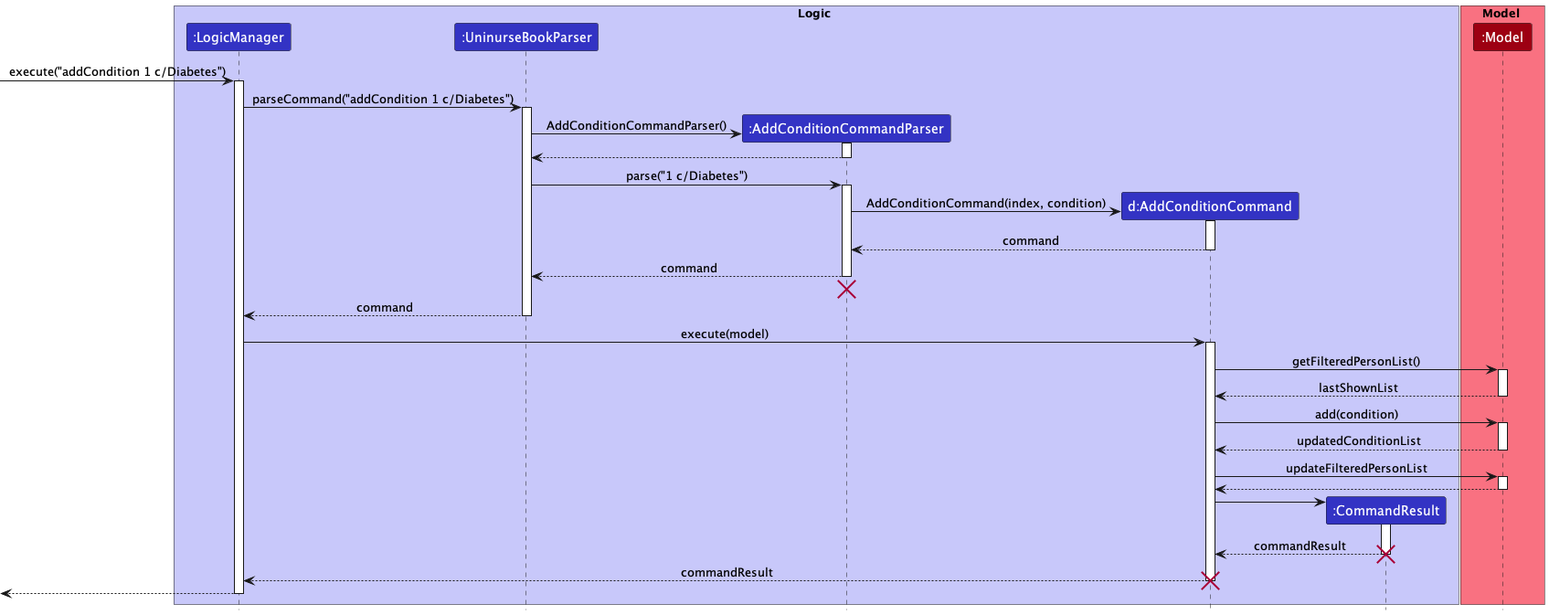
Earlier version of the PlantUML export docs/images/AddConditionSequenceDiagram.png (nus-cs2103-AY2223S1/tp). Its diagram source:
```plantuml
@startuml
!include style.puml

box Logic LOGIC_COLOR_T1
participant ":LogicManager" as LogicManager LOGIC_COLOR
participant ":UninurseBookParser" as UninurseBookParser LOGIC_COLOR
participant ":AddConditionCommandParser" as AddConditionCommandParser LOGIC_COLOR
participant "d:AddConditionCommand" as AddConditionCommand LOGIC_COLOR
participant ":CommandResult" as CommandResult LOGIC_COLOR
end box

box Model MODEL_COLOR_T1
participant ":Model" as Model MODEL_COLOR
end box

[-> LogicManager : execute("addCondition 1 c/Diabetes")
activate LogicManager

LogicManager -> UninurseBookParser : parseCommand("addCondition 1 c/Diabetes")
activate UninurseBookParser

create AddConditionCommandParser
UninurseBookParser -> AddConditionCommandParser : AddConditionCommandParser()
activate AddConditionCommandParser

AddConditionCommandParser --> UninurseBookParser
deactivate AddConditionCommandParser

UninurseBookParser -> AddConditionCommandParser : parse("1 c/Diabetes")
activate AddConditionCommandParser

create AddConditionCommand
AddConditionCommandParser -> AddConditionCommand : AddConditionCommand(index, condition)
activate AddConditionCommand

AddConditionCommand --> AddConditionCommandParser : command
deactivate AddConditionCommand

AddConditionCommandParser --> UninurseBookParser : command
deactivate AddConditionCommandParser
AddConditionCommandParser -[hidden]-> UninurseBookParser
destroy AddConditionCommandParser

UninurseBookParser --> LogicManager : command
deactivate UninurseBookParser

LogicManager -> AddConditionCommand : execute(model)
activate AddConditionCommand

AddConditionCommand -> Model : getFilteredPersonList()
activate Model

Model --> AddConditionCommand : lastShownList
deactivate Model

AddConditionCommand -> Model : add(condition)
activate Model

Model --> AddConditionCommand : updatedConditionList
deactivate Model

AddConditionCommand -> Model : updateFilteredPersonList
activate Model

Model --> AddConditionCommand
deactivate Model

create CommandResult
AddConditionCommand -> CommandResult
activate CommandResult

CommandResult --> AddConditionCommand : commandResult
destroy CommandResult

AddConditionCommand --> LogicManager : commandResult
destroy AddConditionCommand

[<--LogicManager
deactivate LogicManager
@enduml
```
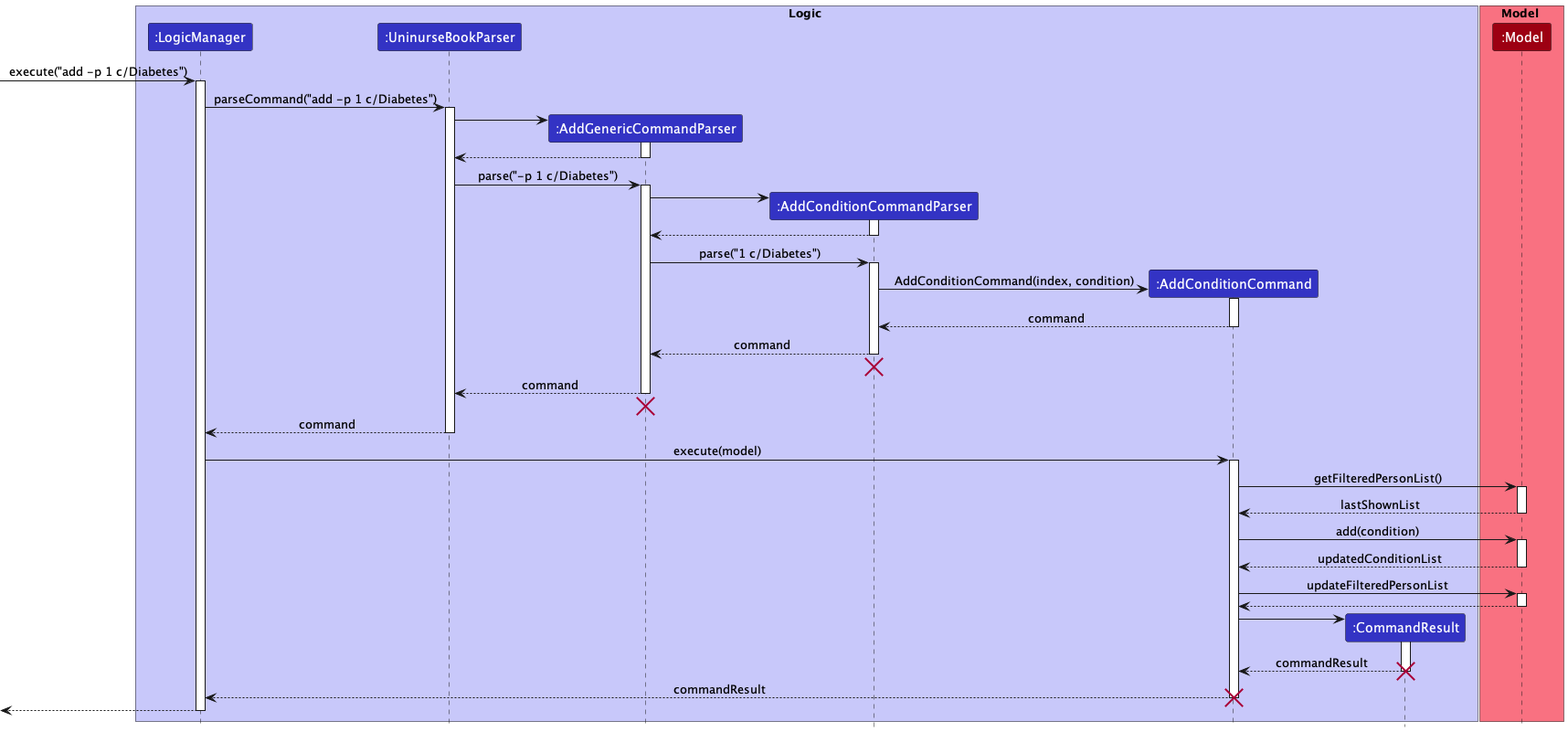
After the change.

Change to the diagram source:
```diff
@@ -4,8 +4,9 @@
 box Logic LOGIC_COLOR_T1
 participant ":LogicManager" as LogicManager LOGIC_COLOR
 participant ":UninurseBookParser" as UninurseBookParser LOGIC_COLOR
+participant ":AddGenericCommandParser" as AddGenericCommandParser LOGIC_COLOR
 participant ":AddConditionCommandParser" as AddConditionCommandParser LOGIC_COLOR
-participant "d:AddConditionCommand" as AddConditionCommand LOGIC_COLOR
+participant ":AddConditionCommand" as AddConditionCommand LOGIC_COLOR
 participant ":CommandResult" as CommandResult LOGIC_COLOR
 end box
 
@@ -13,20 +14,30 @@
 participant ":Model" as Model MODEL_COLOR
 end box
 
-[-> LogicManager : execute("addCondition 1 c/Diabetes")
+[-> LogicManager : execute("add -p 1 c/Diabetes")
 activate LogicManager
 
-LogicManager -> UninurseBookParser : parseCommand("addCondition 1 c/Diabetes")
+LogicManager -> UninurseBookParser : parseCommand("add -p 1 c/Diabetes")
 activate UninurseBookParser
 
+create AddGenericCommandParser
+UninurseBookParser -> AddGenericCommandParser
+activate AddGenericCommandParser
+
+AddGenericCommandParser --> UninurseBookParser
+deactivate AddGenericCommandParser
+
+UninurseBookParser -> AddGenericCommandParser : parse("-p 1 c/Diabetes")
+activate AddGenericCommandParser
+
 create AddConditionCommandParser
-UninurseBookParser -> AddConditionCommandParser : AddConditionCommandParser()
+AddGenericCommandParser -> AddConditionCommandParser
 activate AddConditionCommandParser
 
-AddConditionCommandParser --> UninurseBookParser
+AddConditionCommandParser --> AddGenericCommandParser
 deactivate AddConditionCommandParser
 
-UninurseBookParser -> AddConditionCommandParser : parse("1 c/Diabetes")
+AddGenericCommandParser -> AddConditionCommandParser : parse("1 c/Diabetes")
 activate AddConditionCommandParser
 
 create AddConditionCommand
@@ -36,10 +47,15 @@
 AddConditionCommand --> AddConditionCommandParser : command
 deactivate AddConditionCommand
 
-AddConditionCommandParser --> UninurseBookParser : command
+AddConditionCommandParser --> AddGenericCommandParser : command
 deactivate AddConditionCommandParser
-AddConditionCommandParser -[hidden]-> UninurseBookParser
+AddConditionCommandParser -[hidden]-> AddGenericCommandParser
 destroy AddConditionCommandParser
+
+AddGenericCommandParser --> UninurseBookParser : command
+deactivate AddGenericCommandParser
+AddGenericCommandParser -[hidden]-> UninurseBookParser
+destroy AddGenericCommandParser
 
 UninurseBookParser --> LogicManager : command
 deactivate UninurseBookParser
```
